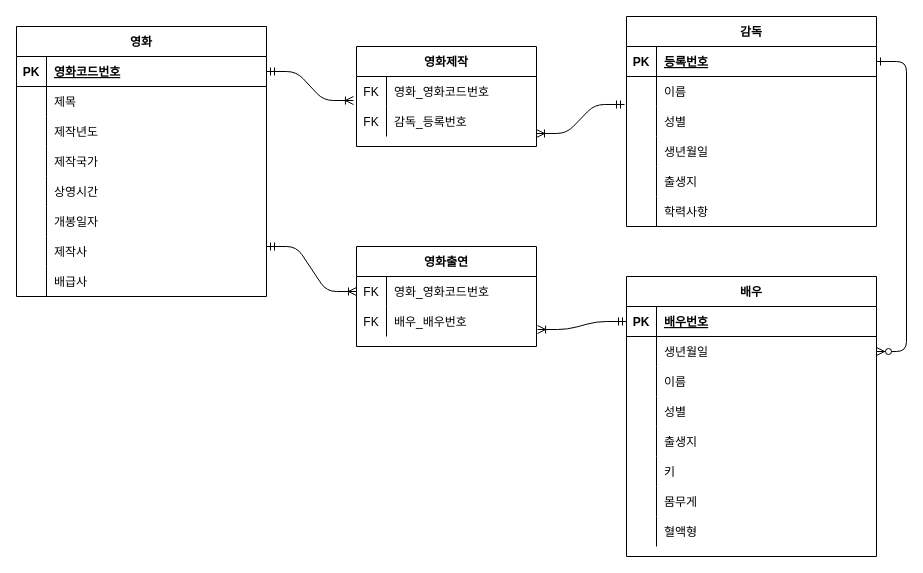
Above: Untitled Diagram.drawio in haeyoungim/test (draw.io), before the change. Source tidied: cells renumbered, new cells numbered last; positions are measured from the earlier drawing's top-left corner, leaving out a move shared by most shapes. Both pictures are drawn from the tidied source at 100%, with x=0, y=0 at pixel (16, 16).
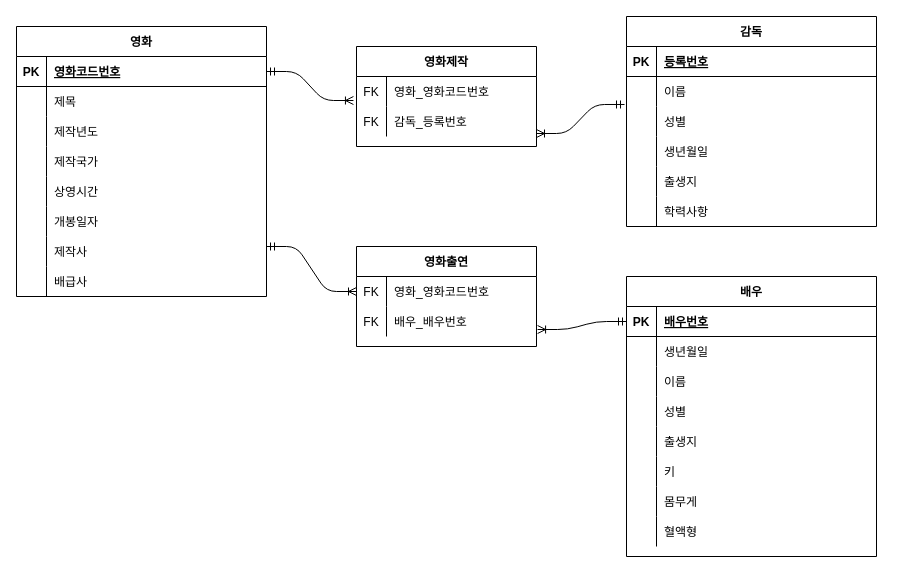
The same page after the edit.

Unchanged cells that the change refers to:
```xml
<mxCell id="4" style="shape=partialRectangle;fillColor=none;points=[[0,0.5],[1,0.5]];portConstraint=eastwest;top=0;left=0;right=0;bottom=1;" parent="3" vertex="1">
  <mxGeometry y="30" width="250" height="30" as="geometry" />
</mxCell>
<mxCell id="26" style="shape=partialRectangle;fillColor=none;points=[[0,0.5],[1,0.5]];portConstraint=eastwest;top=0;left=0;right=0;bottom=0;" parent="22" vertex="1">
  <mxGeometry y="60" width="250" height="30" as="geometry" />
</mxCell>
```

The edit, as a diff of the source:
```diff
@@
-    <mxCell id="2" style="edgeStyle=entityRelationEdgeStyle;endArrow=ERzeroToMany;startArrow=ERone;endFill=1;startFill=0;" parent="1" edge="1" source="4" target="26">
-      <mxGeometry relative="1" as="geometry" />
-    </mxCell>
```
